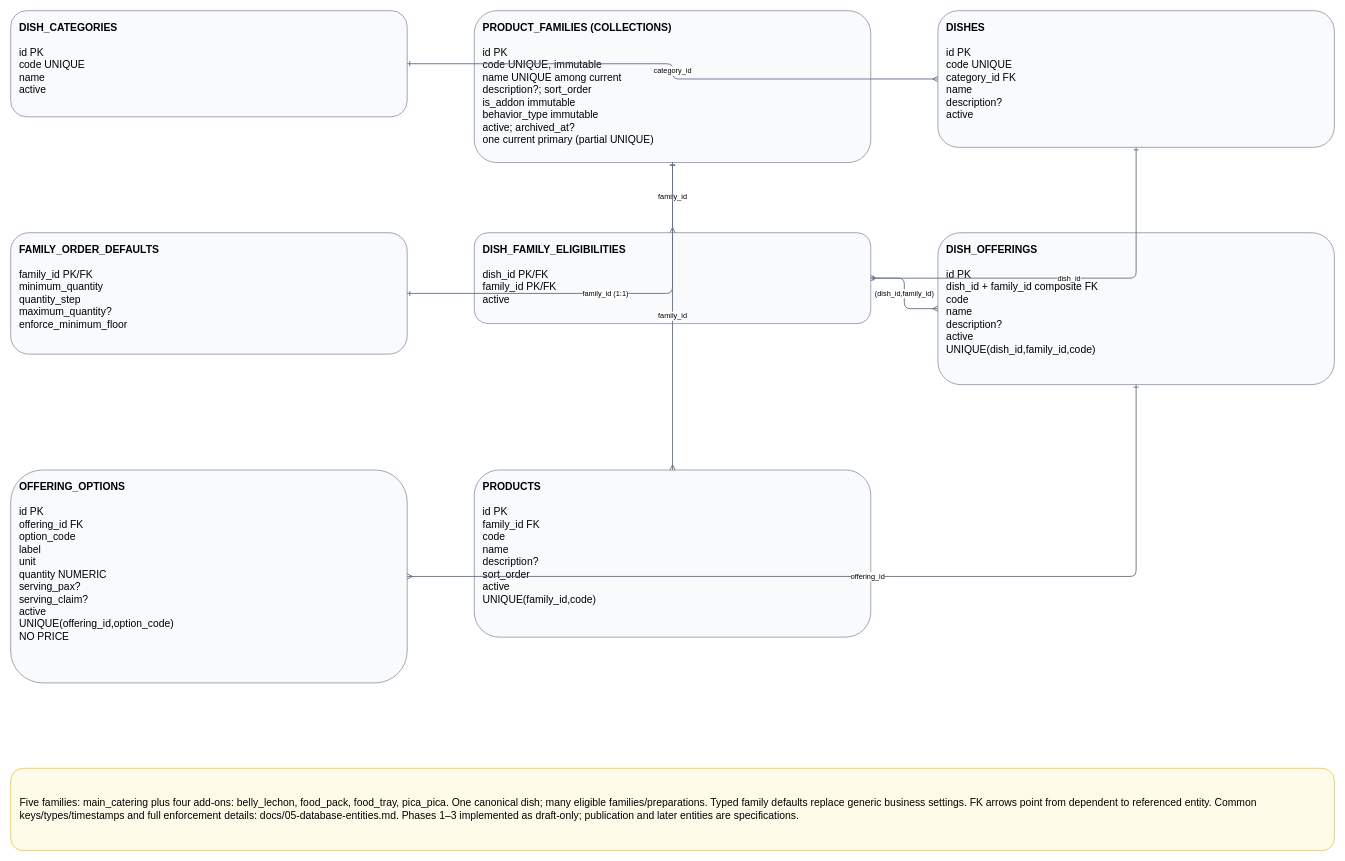
Earlier version of the draw.io diagram page "01 Master Catalog" (1 of 6) of docs/diagrams/catalog_v3.drawio (garfield2001/zek-catering-reservation). Source tidied: cells renumbered, new cells numbered last; positions are measured from the earlier drawing's top-left corner, leaving out a move shared by most shapes. Both pictures are drawn from the tidied source at 61%, with x=0, y=0 at pixel (10, 10).
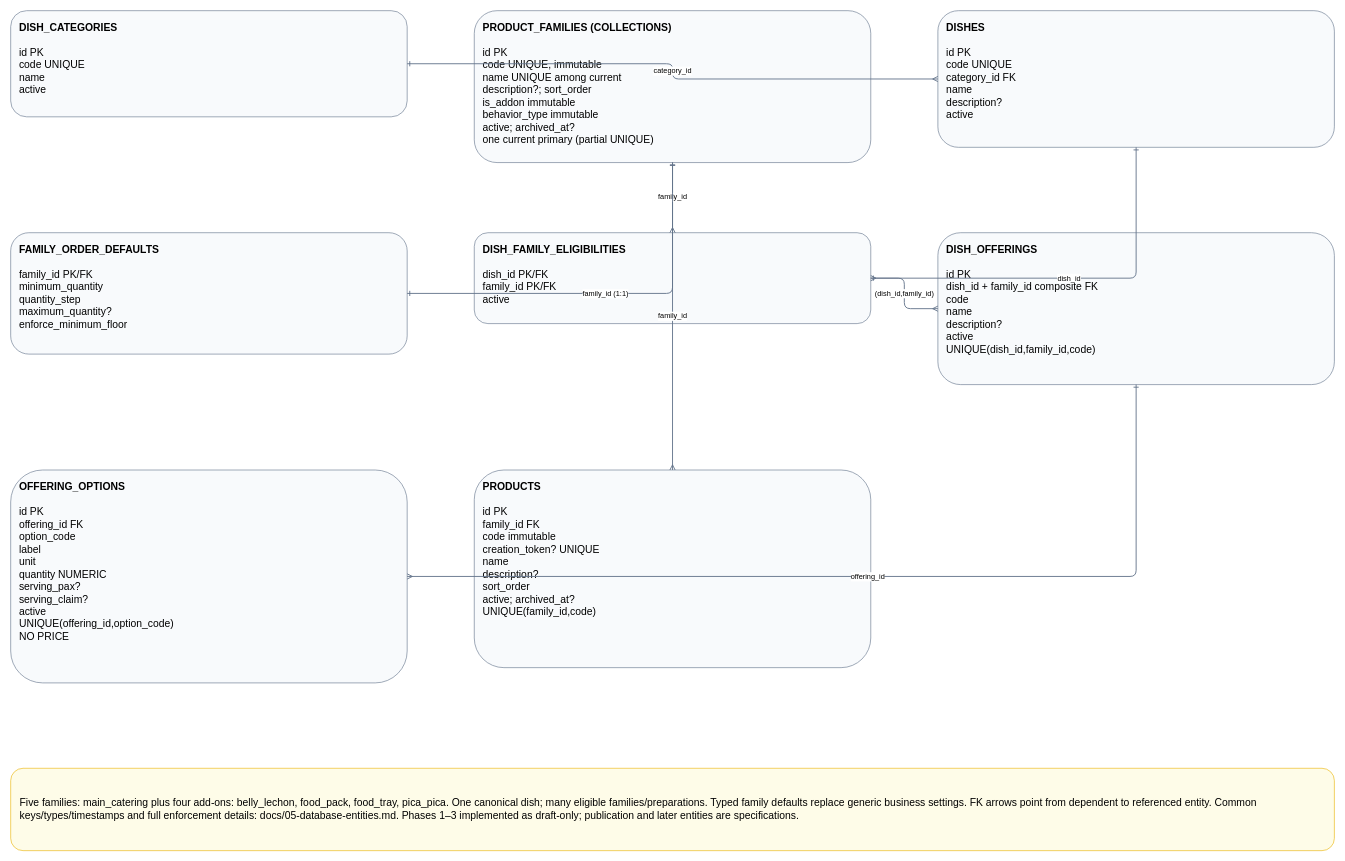
The same diagram, later.

Change to the diagram source:
```diff
@@
 <mxGraphModel>
   <root>
     <mxCell id="0" />
     <mxCell id="1" parent="0" />
     <mxCell id="2" value="&lt;b&gt;DISH_CATEGORIES&lt;/b&gt;&lt;br/&gt;&lt;br/&gt;id PK&lt;br/&gt;code UNIQUE&lt;br/&gt;name&lt;br/&gt;active" style="rounded=1;whiteSpace=wrap;html=1;fillColor=#f8fafc;strokeColor=#64748b;fontSize=17;align=left;verticalAlign=top;spacing=14;" parent="1" vertex="1">
       <mxGeometry width="650" height="174" as="geometry" />
     </mxCell>
     <mxCell id="3" value="&lt;b&gt;PRODUCT_FAMILIES (COLLECTIONS)&lt;/b&gt;&lt;br/&gt;&lt;br/&gt;id PK&lt;br/&gt;code UNIQUE, immutable&lt;br/&gt;name UNIQUE among current&lt;br/&gt;description?; sort_order&lt;br/&gt;is_addon immutable&lt;br/&gt;behavior_type immutable&lt;br/&gt;active; archived_at?&lt;br/&gt;one current primary (partial UNIQUE)" style="rounded=1;whiteSpace=wrap;html=1;fillColor=#f8fafc;strokeColor=#64748b;fontSize=17;align=left;verticalAlign=top;spacing=14;" parent="1" vertex="1">
       <mxGeometry x="760" width="650" height="249" as="geometry" />
     </mxCell>
     <mxCell id="4" value="&lt;b&gt;DISHES&lt;/b&gt;&lt;br/&gt;&lt;br/&gt;id PK&lt;br/&gt;code UNIQUE&lt;br/&gt;category_id FK&lt;br/&gt;name&lt;br/&gt;description?&lt;br/&gt;active" style="rounded=1;whiteSpace=wrap;html=1;fillColor=#f8fafc;strokeColor=#64748b;fontSize=17;align=left;verticalAlign=top;spacing=14;" parent="1" vertex="1">
       <mxGeometry x="1520" width="650" height="224" as="geometry" />
     </mxCell>
     <mxCell id="5" value="&lt;b&gt;FAMILY_ORDER_DEFAULTS&lt;/b&gt;&lt;br/&gt;&lt;br/&gt;family_id PK/FK&lt;br/&gt;minimum_quantity&lt;br/&gt;quantity_step&lt;br/&gt;maximum_quantity?&lt;br/&gt;enforce_minimum_floor" style="rounded=1;whiteSpace=wrap;html=1;fillColor=#f8fafc;strokeColor=#64748b;fontSize=17;align=left;verticalAlign=top;spacing=14;" parent="1" vertex="1">
       <mxGeometry y="364" width="650" height="199" as="geometry" />
     </mxCell>
     <mxCell id="6" value="&lt;b&gt;DISH_FAMILY_ELIGIBILITIES&lt;/b&gt;&lt;br/&gt;&lt;br/&gt;dish_id PK/FK&lt;br/&gt;family_id PK/FK&lt;br/&gt;active" style="rounded=1;whiteSpace=wrap;html=1;fillColor=#f8fafc;strokeColor=#64748b;fontSize=17;align=left;verticalAlign=top;spacing=14;" parent="1" vertex="1">
       <mxGeometry x="760" y="364" width="650" height="149" as="geometry" />
     </mxCell>
     <mxCell id="7" value="&lt;b&gt;DISH_OFFERINGS&lt;/b&gt;&lt;br/&gt;&lt;br/&gt;id PK&lt;br/&gt;dish_id + family_id composite FK&lt;br/&gt;code&lt;br/&gt;name&lt;br/&gt;description?&lt;br/&gt;active&lt;br/&gt;UNIQUE(dish_id,family_id,code)" style="rounded=1;whiteSpace=wrap;html=1;fillColor=#f8fafc;strokeColor=#64748b;fontSize=17;align=left;verticalAlign=top;spacing=14;" parent="1" vertex="1">
       <mxGeometry x="1520" y="364" width="650" height="249" as="geometry" />
     </mxCell>
     <mxCell id="8" value="&lt;b&gt;OFFERING_OPTIONS&lt;/b&gt;&lt;br/&gt;&lt;br/&gt;id PK&lt;br/&gt;offering_id FK&lt;br/&gt;option_code&lt;br/&gt;label&lt;br/&gt;unit&lt;br/&gt;quantity NUMERIC&lt;br/&gt;serving_pax?&lt;br/&gt;serving_claim?&lt;br/&gt;active&lt;br/&gt;UNIQUE(offering_id,option_code)&lt;br/&gt;NO PRICE" style="rounded=1;whiteSpace=wrap;html=1;fillColor=#f8fafc;strokeColor=#64748b;fontSize=17;align=left;verticalAlign=top;spacing=14;" parent="1" vertex="1">
       <mxGeometry y="753" width="650" height="349" as="geometry" />
     </mxCell>
-    <mxCell id="9" value="&lt;b&gt;PRODUCTS&lt;/b&gt;&lt;br/&gt;&lt;br/&gt;id PK&lt;br/&gt;family_id FK&lt;br/&gt;code&lt;br/&gt;name&lt;br/&gt;description?&lt;br/&gt;sort_order&lt;br/&gt;active&lt;br/&gt;UNIQUE(family_id,code)" style="rounded=1;whiteSpace=wrap;html=1;fillColor=#f8fafc;strokeColor=#64748b;fontSize=17;align=left;verticalAlign=top;spacing=14;" parent="1" vertex="1">
-      <mxGeometry x="760" y="753" width="650" height="274" as="geometry" />
+    <mxCell id="9" value="&lt;b&gt;PRODUCTS&lt;/b&gt;&lt;br/&gt;&lt;br/&gt;id PK&lt;br/&gt;family_id FK&lt;br/&gt;code immutable&lt;br/&gt;creation_token? UNIQUE&lt;br/&gt;name&lt;br/&gt;description?&lt;br/&gt;sort_order&lt;br/&gt;active; archived_at?&lt;br/&gt;UNIQUE(family_id,code)" style="rounded=1;whiteSpace=wrap;html=1;fillColor=#f8fafc;strokeColor=#64748b;fontSize=17;align=left;verticalAlign=top;spacing=14;" parent="1" vertex="1">
+      <mxGeometry x="760" y="753" width="650" height="324" as="geometry" />
     </mxCell>
     <mxCell id="10" value="category_id" style="edgeStyle=orthogonalEdgeStyle;rounded=1;html=1;endArrow=ERone;startArrow=ERmany;strokeColor=#64748b;strokeWidth=1.5;fontSize=12;labelBackgroundColor=#ffffff;" parent="1" edge="1" source="4" target="2">
       <mxGeometry relative="1" as="geometry" />
     </mxCell>
     <mxCell id="11" value="family_id (1:1)" style="edgeStyle=orthogonalEdgeStyle;rounded=1;html=1;endArrow=ERone;startArrow=ERone;strokeColor=#64748b;strokeWidth=1.5;fontSize=12;labelBackgroundColor=#ffffff;" parent="1" edge="1" source="5" target="3">
       <mxGeometry relative="1" as="geometry" />
     </mxCell>
     <mxCell id="12" value="dish_id" style="edgeStyle=orthogonalEdgeStyle;rounded=1;html=1;endArrow=ERone;startArrow=ERmany;strokeColor=#64748b;strokeWidth=1.5;fontSize=12;labelBackgroundColor=#ffffff;" parent="1" edge="1" source="6" target="4">
       <mxGeometry relative="1" as="geometry" />
     </mxCell>
     <mxCell id="13" value="family_id" style="edgeStyle=orthogonalEdgeStyle;rounded=1;html=1;endArrow=ERone;startArrow=ERmany;strokeColor=#64748b;strokeWidth=1.5;fontSize=12;labelBackgroundColor=#ffffff;" parent="1" edge="1" source="6" target="3">
       <mxGeometry relative="1" as="geometry" />
     </mxCell>
     <mxCell id="14" value="(dish_id,family_id)" style="edgeStyle=orthogonalEdgeStyle;rounded=1;html=1;endArrow=ERone;startArrow=ERmany;strokeColor=#64748b;strokeWidth=1.5;fontSize=12;labelBackgroundColor=#ffffff;" parent="1" edge="1" source="7" target="6">
       <mxGeometry relative="1" as="geometry" />
     </mxCell>
     <mxCell id="15" value="offering_id" style="edgeStyle=orthogonalEdgeStyle;rounded=1;html=1;endArrow=ERone;startArrow=ERmany;strokeColor=#64748b;strokeWidth=1.5;fontSize=12;labelBackgroundColor=#ffffff;" parent="1" edge="1" source="8" target="7">
       <mxGeometry relative="1" as="geometry" />
     </mxCell>
     <mxCell id="16" value="family_id" style="edgeStyle=orthogonalEdgeStyle;rounded=1;html=1;endArrow=ERone;startArrow=ERmany;strokeColor=#64748b;strokeWidth=1.5;fontSize=12;labelBackgroundColor=#ffffff;" parent="1" edge="1" source="9" target="3">
       <mxGeometry relative="1" as="geometry" />
     </mxCell>
     <mxCell id="17" value="Five families: main_catering plus four add-ons: belly_lechon, food_pack, food_tray, pica_pica. One canonical dish; many eligible families/preparations. Typed family defaults replace generic business settings. FK arrows point from dependent to referenced entity. Common keys/types/timestamps and full enforcement details: docs/05-database-entities.md. Phases 1–3 implemented as draft-only; publication and later entities are specifications." style="rounded=1;whiteSpace=wrap;html=1;fillColor=#fefce8;strokeColor=#eab308;fontSize=17;align=left;spacing=15;" parent="1" vertex="1">
       <mxGeometry y="1242" width="2170" height="135" as="geometry" />
     </mxCell>
   </root>
 </mxGraphModel>
```
